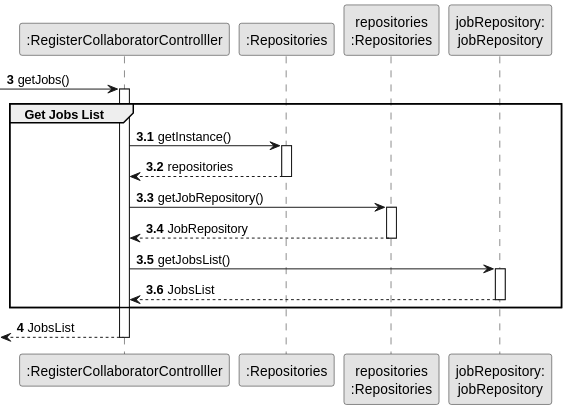
Before: docs/sprintA&B/us003/03.design/svg/us003-sequence-diagram-partial-get-jobs-list.svg, a diagram exported from PlantUML (daniel41silva05/ISEP_2023_2024_LAPR2).
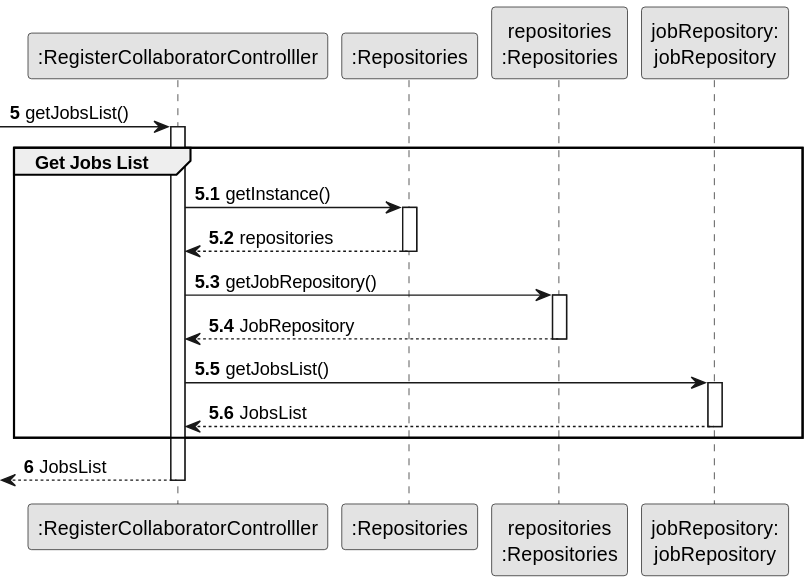
After the commit.

What changed in the source:
```diff
@@ -11,10 +11,10 @@
 participant "repositories\n:Repositories" as REPS
 participant "jobRepository:\njobRepository" as jobRepository
 
-autonumber 3
+autonumber 5
 
- -> CTRL : getJobs()
-autonumber 3.1
+ -> CTRL : getJobsList()
+autonumber 5.1
 activate CTRL
     group Get Jobs List
 
@@ -37,7 +37,7 @@
             deactivate jobRepository
 
     end
-    autonumber 4
+    autonumber 6
     <-- CTRL  : JobsList
 deactivate CTRL
 @enduml
```
